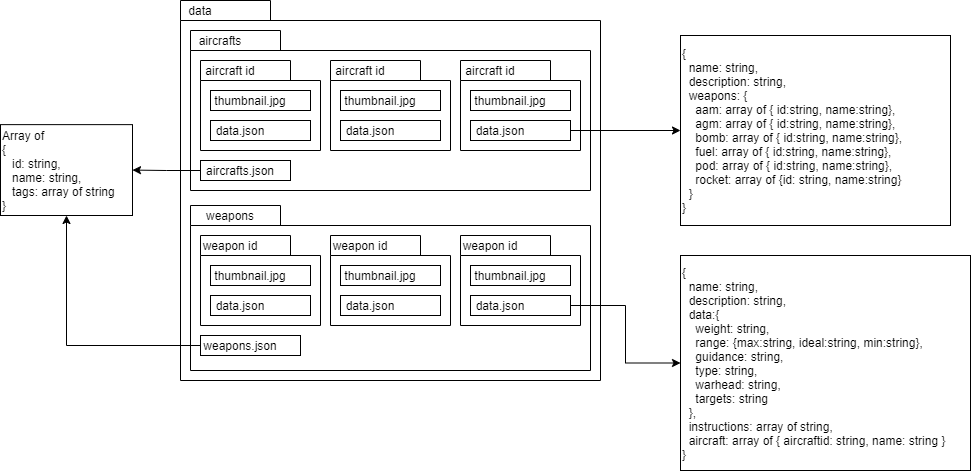
Earlier version of the draw.io export data architecture.png (Dzsek/dcsdb). Source tidied: cells renumbered, new cells last; positions are measured from the earlier drawing's top-left corner, leaving out a move shared by most shapes.
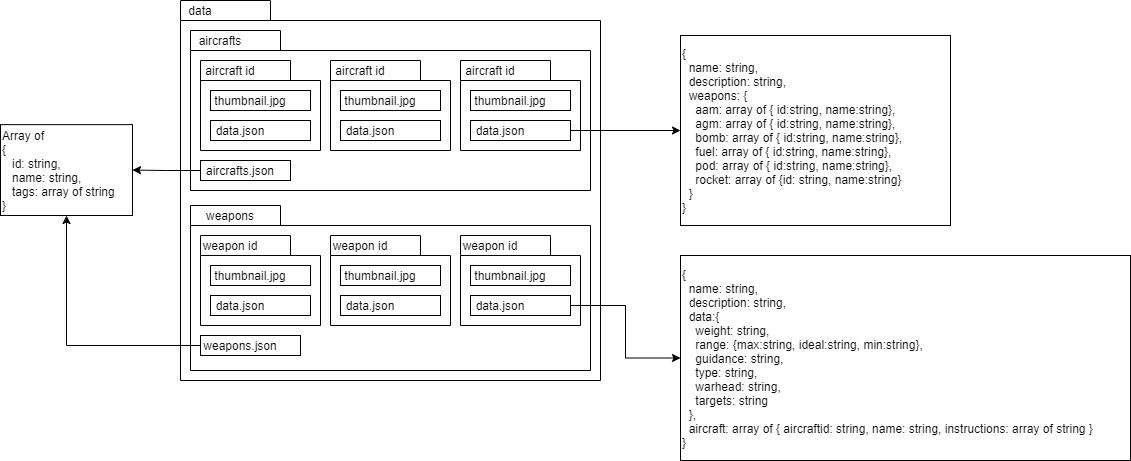
The same file after the commit.

Commit message:
added multiple aircraft support to instructions, made weapon data dynamic, updated editing guide

Change to the diagram source:
```diff
@@ -158,8 +158,8 @@
     <mxCell id="53" value="&lt;span&gt;Array of&lt;br&gt;{&lt;/span&gt;&lt;br&gt;&lt;span&gt;&amp;nbsp; &amp;nbsp;id: string,&lt;/span&gt;&lt;br&gt;&lt;span&gt;&amp;nbsp; &amp;nbsp;name: string,&lt;/span&gt;&lt;br&gt;&lt;span&gt;&amp;nbsp; &amp;nbsp;tags: array of string&lt;/span&gt;&lt;br&gt;&lt;span&gt;}&lt;/span&gt;" style="rounded=0;whiteSpace=wrap;html=1;align=left;" parent="1" vertex="1">
       <mxGeometry y="124.1" width="132" height="90.9" as="geometry" />
     </mxCell>
-    <mxCell id="54" value="&lt;div&gt;{&lt;/div&gt;&lt;div&gt;&amp;nbsp; name: string,&lt;/div&gt;&lt;div&gt;&amp;nbsp; description: string,&lt;/div&gt;&lt;div&gt;&amp;nbsp; data:{&lt;/div&gt;&lt;div&gt;&lt;span&gt;&lt;/span&gt;&amp;nbsp; &amp;nbsp; weight: string,&lt;/div&gt;&lt;div&gt;&lt;span&gt;&lt;/span&gt;&amp;nbsp; &amp;nbsp; range: {max:string, ideal:string, min:string},&lt;/div&gt;&lt;div&gt;&lt;span&gt;&lt;/span&gt;&amp;nbsp; &amp;nbsp; guidance: string,&lt;/div&gt;&lt;div&gt;&lt;span&gt;&lt;/span&gt;&amp;nbsp; &amp;nbsp; type: string,&lt;/div&gt;&lt;div&gt;&lt;span&gt;&lt;/span&gt;&amp;nbsp; &amp;nbsp; warhead: string,&lt;/div&gt;&lt;div&gt;&lt;span&gt;&lt;/span&gt;&amp;nbsp; &amp;nbsp; targets: string&lt;/div&gt;&lt;div&gt;&amp;nbsp; },&lt;/div&gt;&lt;div&gt;&amp;nbsp; instructions: array of string,&lt;/div&gt;&lt;div&gt;&amp;nbsp; aircraft: array of { aircraftid: string, name: string }&lt;/div&gt;&lt;div&gt;}&lt;/div&gt;" style="rounded=0;whiteSpace=wrap;html=1;align=left;verticalAlign=middle;" parent="1" vertex="1">
-      <mxGeometry x="680" y="255" width="290" height="215" as="geometry" />
+    <mxCell id="54" value="&lt;div&gt;{&lt;/div&gt;&lt;div&gt;&amp;nbsp; name: string,&lt;/div&gt;&lt;div&gt;&amp;nbsp; description: string,&lt;/div&gt;&lt;div&gt;&amp;nbsp; data:{&lt;/div&gt;&lt;div&gt;&lt;span&gt;&lt;/span&gt;&amp;nbsp; &amp;nbsp; weight: string,&lt;/div&gt;&lt;div&gt;&lt;span&gt;&lt;/span&gt;&amp;nbsp; &amp;nbsp; range: {max:string, ideal:string, min:string},&lt;/div&gt;&lt;div&gt;&lt;span&gt;&lt;/span&gt;&amp;nbsp; &amp;nbsp; guidance: string,&lt;/div&gt;&lt;div&gt;&lt;span&gt;&lt;/span&gt;&amp;nbsp; &amp;nbsp; type: string,&lt;/div&gt;&lt;div&gt;&lt;span&gt;&lt;/span&gt;&amp;nbsp; &amp;nbsp; warhead: string,&lt;/div&gt;&lt;div&gt;&lt;span&gt;&lt;/span&gt;&amp;nbsp; &amp;nbsp; targets: string&lt;/div&gt;&lt;div&gt;&amp;nbsp; },&lt;/div&gt;&lt;div&gt;&amp;nbsp; aircraft: array of { aircraftid: string, name: string, instructions: array of string }&lt;/div&gt;&lt;div&gt;}&lt;/div&gt;" style="rounded=0;whiteSpace=wrap;html=1;align=left;verticalAlign=middle;" parent="1" vertex="1">
+      <mxGeometry x="680" y="255" width="450" height="205" as="geometry" />
     </mxCell>
   </root>
 </mxGraphModel>
```
